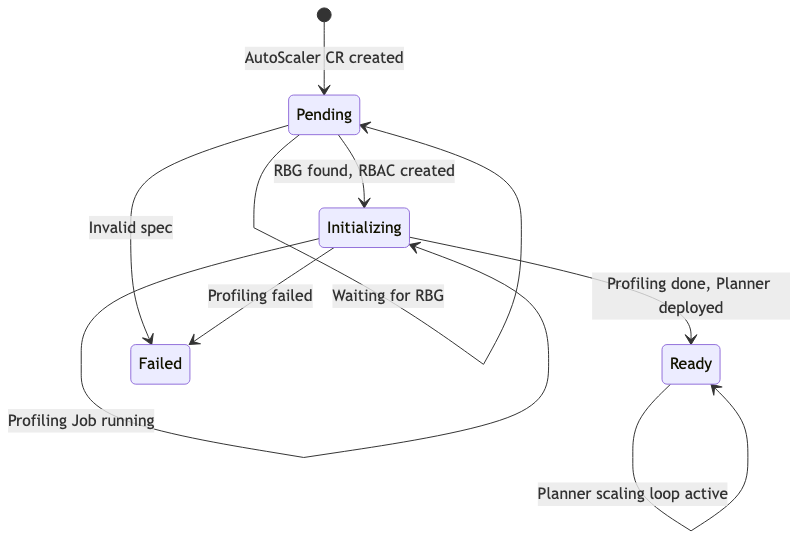
The Mermaid diagram docs/images/lifecycle.png in rolebasedgroup/rbg-planner, before a commit. Its source is kept beside it as docs/lifecycle.mmd. The source it was exported from:
```mermaid
stateDiagram-v2
    [*] --> Pending: AutoScaler CR created
    Pending --> Pending: Waiting for RBG
    Pending --> Initializing: RBG found, RBAC created
    Initializing --> Initializing: Profiling Job running
    Initializing --> Ready: Profiling done, Planner deployed
    Ready --> Ready: Planner scaling loop active
    Pending --> Failed: Invalid spec
    Initializing --> Failed: Profiling failed
```
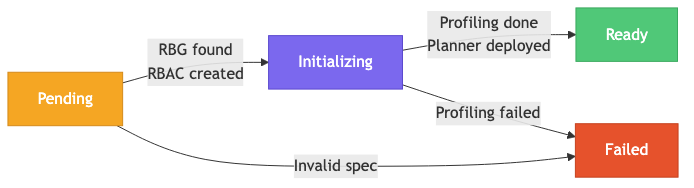
The same file after the commit.

Commit message:
fix: simplify lifecycle diagram layout (#15)

Replace stateDiagram with a clean left-to-right flowchart.
Remove self-transitions that caused cluttered rendering.

Change to the diagram source:
```diff
@@ -1,9 +1,10 @@
-stateDiagram-v2
-    [*] --> Pending: AutoScaler CR created
-    Pending --> Pending: Waiting for RBG
-    Pending --> Initializing: RBG found, RBAC created
-    Initializing --> Initializing: Profiling Job running
-    Initializing --> Ready: Profiling done, Planner deployed
-    Ready --> Ready: Planner scaling loop active
-    Pending --> Failed: Invalid spec
-    Initializing --> Failed: Profiling failed
+flowchart LR
+    A["Pending"] -->|"RBG found<br/>RBAC created"| B["Initializing"]
+    B -->|"Profiling done<br/>Planner deployed"| C["Ready"]
+    A -->|"Invalid spec"| D["Failed"]
+    B -->|"Profiling failed"| D
+
+    style A fill:#F5A623,stroke:#D4891A,color:#fff
+    style B fill:#7B68EE,stroke:#5B48CE,color:#fff
+    style C fill:#50C878,stroke:#3AA85E,color:#fff
+    style D fill:#E6522C,stroke:#C4411E,color:#fff
```
